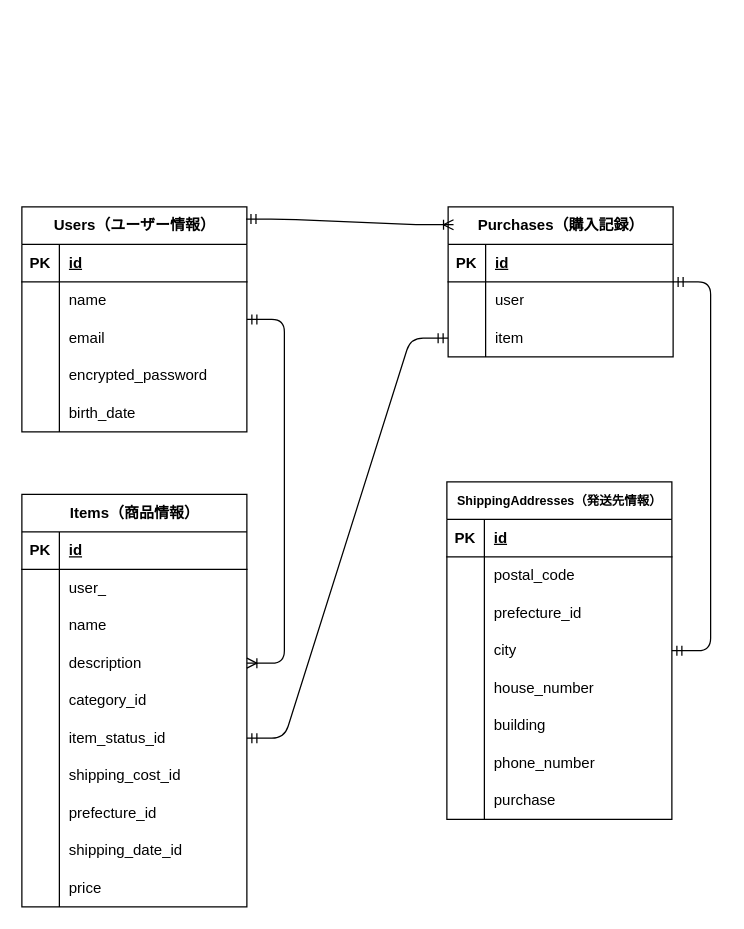
shiki-k-1225/furima-41673 keeps this draw.io diagram as er.dio. Above is the earlier version. Source tidied: cells renumbered, new cells numbered last; positions are measured from the earlier drawing's top-left corner, leaving out a move shared by most shapes. Both pictures are drawn from the tidied source at 125%, with x=0, y=0 at pixel (21, 206).
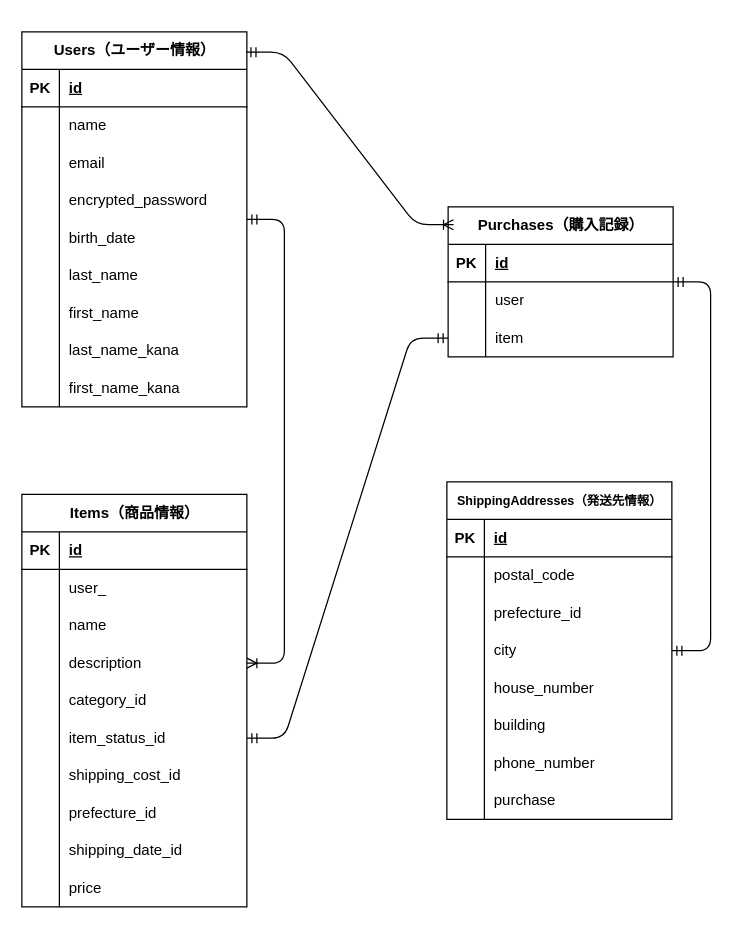
The same page after the edit.

Diff of the diagram source:
```diff
@@
     <mxCell id="43" value="&lt;h4&gt;&lt;strong&gt;Users（ユーザー情報）&lt;/strong&gt;&lt;/h4&gt;" style="shape=table;startSize=30;childLayout=tableLayout;rowLines=0;fontStyle=1;align=center;html=1;strokeColor=light-dark(#000000,#EDEDED);" parent="1" vertex="1">
-      <mxGeometry width="180" height="180" as="geometry" />
+      <mxGeometry y="-140" width="180" height="300" as="geometry" />
     </mxCell>
@@
+    <mxCell id="89" style="shape=tableRow;horizontal=0;startSize=0;swimlaneHead=0;swimlaneBody=0;fillColor=none;top=0;left=0;right=0;bottom=0;" parent="43" vertex="1">
+      <mxGeometry y="180" width="180" height="30" as="geometry" />
+    </mxCell>
+    <mxCell id="90" style="shape=partialRectangle;fillColor=none;top=0;left=0;bottom=0;right=0;overflow=hidden;whiteSpace=wrap;html=1;" parent="89" vertex="1">
+      <mxGeometry width="30" height="30" as="geometry" />
+    </mxCell>
+    <mxCell id="91" value="last_name" style="shape=partialRectangle;fillColor=none;top=0;left=0;bottom=0;right=0;align=left;spacingLeft=6;overflow=hidden;whiteSpace=wrap;html=1;" parent="89" vertex="1">
+      <mxGeometry x="30" width="150" height="30" as="geometry" />
+    </mxCell>
+    <mxCell id="92" style="shape=tableRow;horizontal=0;startSize=0;swimlaneHead=0;swimlaneBody=0;fillColor=none;top=0;left=0;right=0;bottom=0;" parent="43" vertex="1">
+      <mxGeometry y="210" width="180" height="30" as="geometry" />
+    </mxCell>
+    <mxCell id="93" style="shape=partialRectangle;fillColor=none;top=0;left=0;bottom=0;right=0;overflow=hidden;whiteSpace=wrap;html=1;" parent="92" vertex="1">
+      <mxGeometry width="30" height="30" as="geometry" />
+    </mxCell>
+    <mxCell id="94" value="first_name" style="shape=partialRectangle;fillColor=none;top=0;left=0;bottom=0;right=0;align=left;spacingLeft=6;overflow=hidden;whiteSpace=wrap;html=1;" parent="92" vertex="1">
+      <mxGeometry x="30" width="150" height="30" as="geometry" />
+    </mxCell>
+    <mxCell id="95" style="shape=tableRow;horizontal=0;startSize=0;swimlaneHead=0;swimlaneBody=0;fillColor=none;top=0;left=0;right=0;bottom=0;" parent="43" vertex="1">
+      <mxGeometry y="240" width="180" height="30" as="geometry" />
+    </mxCell>
+    <mxCell id="96" style="shape=partialRectangle;fillColor=none;top=0;left=0;bottom=0;right=0;overflow=hidden;whiteSpace=wrap;html=1;" parent="95" vertex="1">
+      <mxGeometry width="30" height="30" as="geometry" />
+    </mxCell>
+    <mxCell id="97" value="last_name_kana" style="shape=partialRectangle;fillColor=none;top=0;left=0;bottom=0;right=0;align=left;spacingLeft=6;overflow=hidden;whiteSpace=wrap;html=1;" parent="95" vertex="1">
+      <mxGeometry x="30" width="150" height="30" as="geometry" />
+    </mxCell>
+    <mxCell id="98" style="shape=tableRow;horizontal=0;startSize=0;swimlaneHead=0;swimlaneBody=0;fillColor=none;top=0;left=0;right=0;bottom=0;" parent="43" vertex="1">
+      <mxGeometry y="270" width="180" height="30" as="geometry" />
+    </mxCell>
+    <mxCell id="99" style="shape=partialRectangle;fillColor=none;top=0;left=0;bottom=0;right=0;overflow=hidden;whiteSpace=wrap;html=1;" parent="98" vertex="1">
+      <mxGeometry width="30" height="30" as="geometry" />
+    </mxCell>
+    <mxCell id="100" value="first_name_kana" style="shape=partialRectangle;fillColor=none;top=0;left=0;bottom=0;right=0;align=left;spacingLeft=6;overflow=hidden;whiteSpace=wrap;html=1;" parent="98" vertex="1">
+      <mxGeometry x="30" width="150" height="30" as="geometry" />
+    </mxCell>
```
